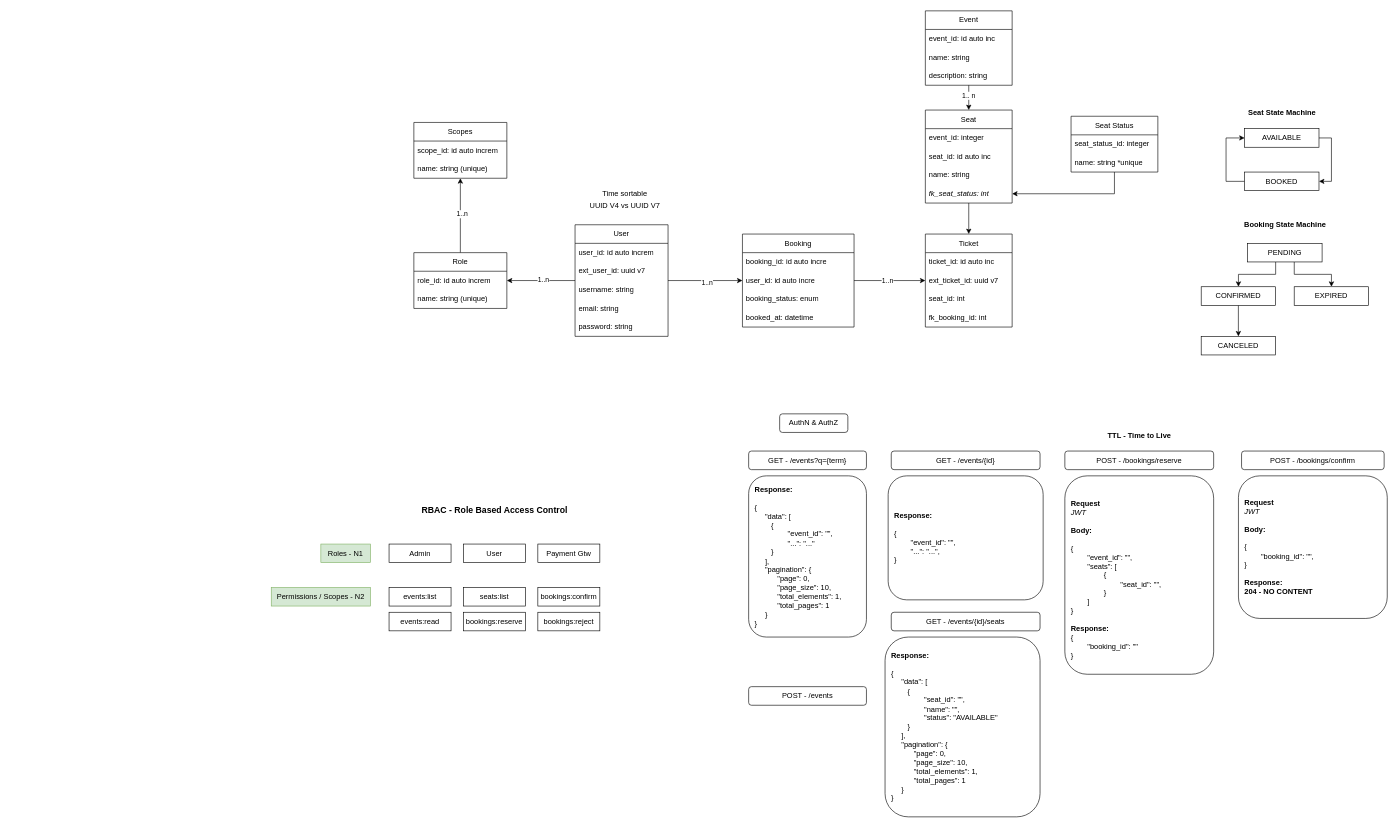
This is page "MER" (1 of 2) of solution.drawio from buildrun-tech/system-design-interview-ticketmasters, a draw.io file, before an edit. Source tidied: cells renumbered, new cells numbered last; positions are measured from the earlier drawing's top-left corner, leaving out a move shared by most shapes. Both pictures are drawn from the tidied source at 62%, with x=0, y=0 at pixel (271, 11).
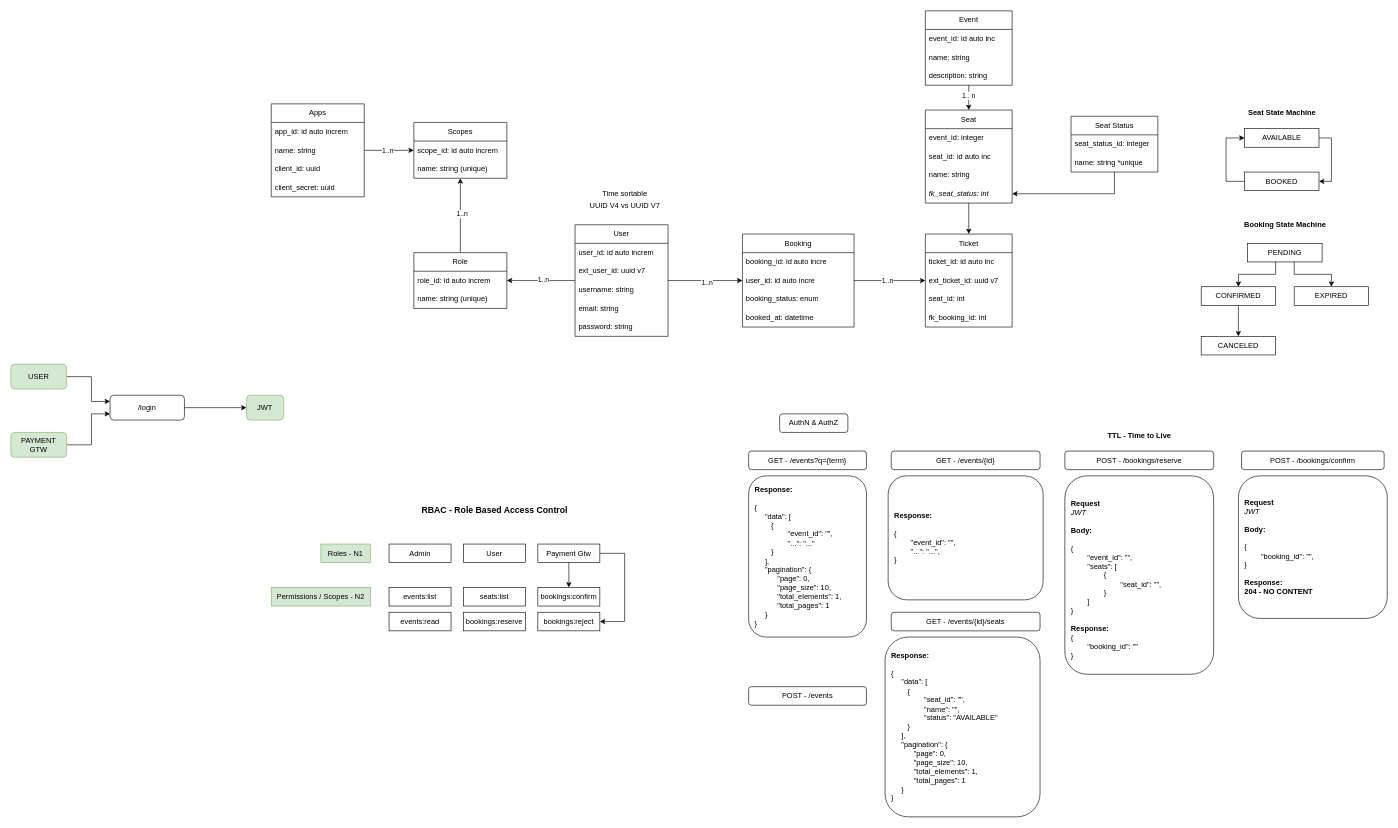
Above is the later version.

Unchanged cells that the change refers to:
```xml
<mxCell id="70" value="Payment Gtw" style="rounded=0;whiteSpace=wrap;html=1;" parent="1" vertex="1">
  <mxGeometry x="430" y="860" width="100" height="30" as="geometry" />
</mxCell>
<mxCell id="78" value="bookings:confirm" style="rounded=0;whiteSpace=wrap;html=1;" parent="1" vertex="1">
  <mxGeometry x="430" y="930" width="100" height="30" as="geometry" />
</mxCell>
<mxCell id="79" value="bookings:reject" style="rounded=0;whiteSpace=wrap;html=1;" parent="1" vertex="1">
  <mxGeometry x="430" y="970" width="100" height="30" as="geometry" />
</mxCell>
<mxCell id="85" value="Scopes" style="swimlane;fontStyle=0;horizontal=1;startSize=30;whiteSpace=wrap;html=1;" parent="1" vertex="1">
  <mxGeometry x="230" y="180" width="150" height="90" as="geometry" />
</mxCell>
```

What changed in the source:
```diff
@@
+    <mxCell id="88" style="edgeStyle=orthogonalEdgeStyle;rounded=0;jettySize=auto;html=1;" parent="1" edge="1" source="70" target="78">
+      <mxGeometry relative="1" as="geometry" />
+    </mxCell>
+    <mxCell id="89" style="edgeStyle=orthogonalEdgeStyle;rounded=0;jettySize=auto;html=1;" parent="1" edge="1" source="70" target="79">
+      <mxGeometry relative="1" as="geometry">
+        <Array as="points">
+          <mxPoint x="570" y="875" />
+          <mxPoint x="570" y="985" />
+        </Array>
+      </mxGeometry>
+    </mxCell>
@@
+    <mxCell id="90" style="edgeStyle=orthogonalEdgeStyle;rounded=0;jettySize=auto;html=1;" parent="1" edge="1" source="91" target="92">
+      <mxGeometry relative="1" as="geometry" />
+    </mxCell>
+    <mxCell id="91" value="/login" style="rounded=1;whiteSpace=wrap;html=1;" parent="1" vertex="1">
+      <mxGeometry x="-260" y="620" width="120" height="40" as="geometry" />
+    </mxCell>
+    <mxCell id="92" value="JWT" style="rounded=1;whiteSpace=wrap;html=1;fillColor=#d5e8d4;strokeColor=#82b366;" parent="1" vertex="1">
+      <mxGeometry x="-40" y="620" width="60" height="40" as="geometry" />
+    </mxCell>
+    <mxCell id="93" style="edgeStyle=orthogonalEdgeStyle;rounded=0;jettySize=auto;html=1;" parent="1" edge="1" source="94" target="91">
+      <mxGeometry relative="1" as="geometry">
+        <Array as="points">
+          <mxPoint x="-290" y="590" />
+          <mxPoint x="-290" y="630" />
+        </Array>
+      </mxGeometry>
+    </mxCell>
+    <mxCell id="94" value="USER" style="rounded=1;whiteSpace=wrap;html=1;fillColor=#d5e8d4;strokeColor=#82b366;" parent="1" vertex="1">
+      <mxGeometry x="-420" y="570" width="90" height="40" as="geometry" />
+    </mxCell>
+    <mxCell id="95" style="edgeStyle=orthogonalEdgeStyle;rounded=0;jettySize=auto;html=1;" parent="1" edge="1" source="96" target="91">
+      <mxGeometry relative="1" as="geometry">
+        <Array as="points">
+          <mxPoint x="-290" y="700" />
+          <mxPoint x="-290" y="650" />
+        </Array>
+      </mxGeometry>
+    </mxCell>
+    <mxCell id="96" value="PAYMENT&lt;div&gt;GTW&lt;/div&gt;" style="rounded=1;whiteSpace=wrap;html=1;fillColor=#d5e8d4;strokeColor=#82b366;" parent="1" vertex="1">
+      <mxGeometry x="-420" y="680" width="90" height="40" as="geometry" />
+    </mxCell>
+    <mxCell id="97" style="edgeStyle=orthogonalEdgeStyle;rounded=0;jettySize=auto;html=1;" parent="1" edge="1" source="99" target="85">
+      <mxGeometry relative="1" as="geometry" />
+    </mxCell>
+    <mxCell id="98" value="1..n" style="edgeLabel;html=1;align=center;verticalAlign=middle;" parent="97" vertex="1">
+      <mxGeometry x="-0.08" y="1" relative="1" as="geometry" />
+    </mxCell>
+    <mxCell id="99" value="Apps" style="swimlane;fontStyle=0;horizontal=1;startSize=30;whiteSpace=wrap;html=1;" parent="1" vertex="1">
+      <mxGeometry y="150" width="150" height="150" as="geometry" />
+    </mxCell>
+    <mxCell id="100" value="app_id: id auto increm" style="text;strokeColor=none;fillColor=none;align=left;verticalAlign=middle;spacingLeft=4;spacingRight=4;overflow=hidden;whiteSpace=wrap;html=1;" parent="99" vertex="1">
+      <mxGeometry y="30" width="150" height="30" as="geometry" />
+    </mxCell>
+    <mxCell id="101" value="name: string" style="text;strokeColor=none;fillColor=none;align=left;verticalAlign=middle;spacingLeft=4;spacingRight=4;overflow=hidden;whiteSpace=wrap;html=1;" parent="99" vertex="1">
+      <mxGeometry y="60" width="150" height="30" as="geometry" />
+    </mxCell>
+    <mxCell id="102" value="client_id: uuid" style="text;strokeColor=none;fillColor=none;align=left;verticalAlign=middle;spacingLeft=4;spacingRight=4;overflow=hidden;whiteSpace=wrap;html=1;" parent="99" vertex="1">
+      <mxGeometry y="90" width="150" height="30" as="geometry" />
+    </mxCell>
+    <mxCell id="103" value="client_secret: uuid" style="text;strokeColor=none;fillColor=none;align=left;verticalAlign=middle;spacingLeft=4;spacingRight=4;overflow=hidden;whiteSpace=wrap;html=1;" parent="99" vertex="1">
+      <mxGeometry y="120" width="150" height="30" as="geometry" />
+    </mxCell>
```
